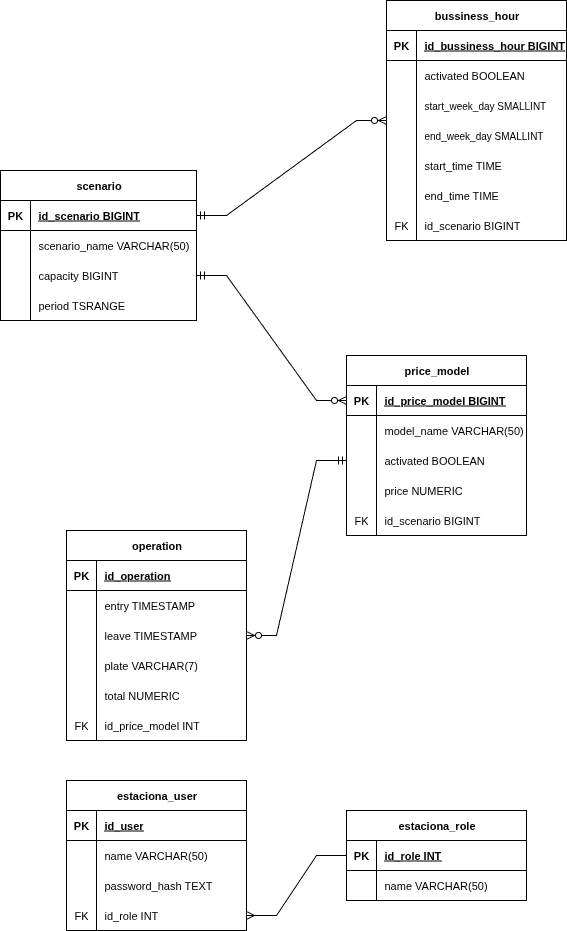
Estaciona-Rapido/docs keeps this draw.io diagram as docs/assets/bd_fisico.png. Above is the earlier version. Source tidied: cells renumbered, new cells last; positions are measured from the earlier drawing's top-left corner, leaving out a move shared by most shapes.
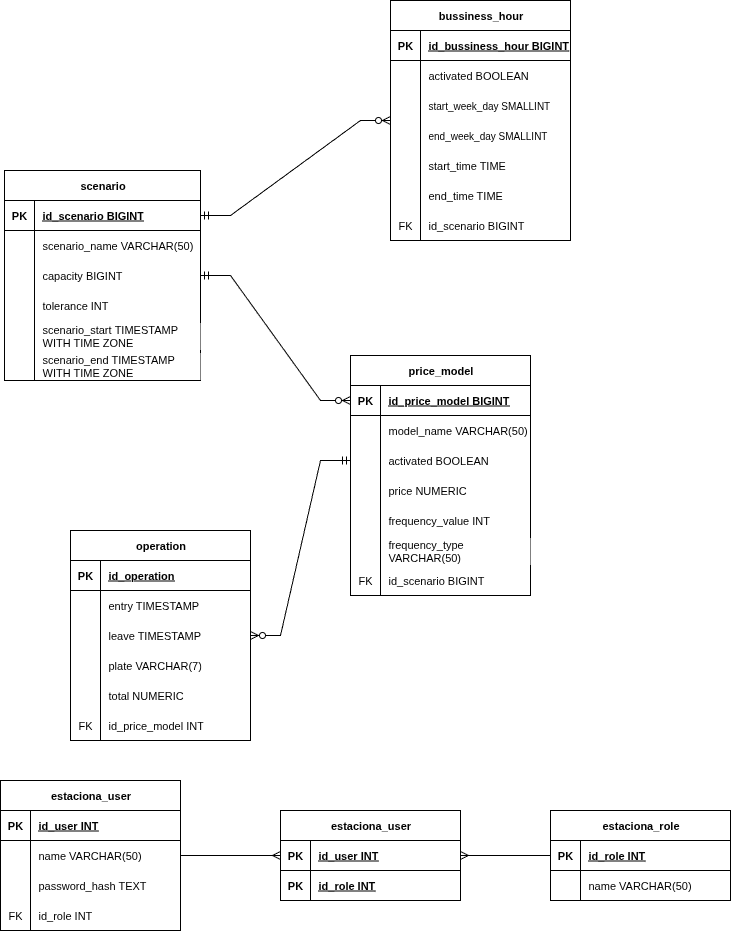
After the change.

Commit message:
Mudança de arquitetura para 3 camadas e modificações no banco de dados

The edit, as a diff of the source:
```diff
@@ -60,7 +60,7 @@
       <mxGeometry x="30" width="150" height="30" as="geometry" />
     </mxCell>
     <mxCell id="21" value="price_model" style="shape=table;startSize=30;rowLines=0;fontStyle=1;align=center;html=1;fontFamily=Helvetica;fontSize=11;fontColor=default;labelBackgroundColor=default;" parent="1" vertex="1">
-      <mxGeometry x="346" y="355" width="180" height="180" as="geometry" />
+      <mxGeometry x="346" y="355" width="180" height="240" as="geometry" />
     </mxCell>
     <mxCell id="22" style="shape=tableRow;horizontal=0;startSize=0;swimlaneHead=0;swimlaneBody=0;fillColor=none;points=[[0,0.5],[1,0.5]];portConstraint=eastwest;top=0;left=0;right=0;bottom=1;fontFamily=Helvetica;fontSize=11;fontColor=default;labelBackgroundColor=default;" parent="21" vertex="1">
       <mxGeometry y="30" width="180" height="30" as="geometry" />
@@ -98,8 +98,26 @@
     <mxCell id="33" value="price NUMERIC" style="shape=partialRectangle;fillColor=none;top=0;left=0;bottom=0;right=0;align=left;spacingLeft=6;overflow=hidden;whiteSpace=wrap;html=1;fontFamily=Helvetica;fontSize=11;fontColor=default;labelBackgroundColor=default;" parent="31" vertex="1">
       <mxGeometry x="30" width="150" height="30" as="geometry" />
     </mxCell>
+    <mxCell id="96" style="shape=tableRow;horizontal=0;startSize=0;swimlaneHead=0;swimlaneBody=0;fillColor=none;top=0;left=0;right=0;bottom=0;fontFamily=Helvetica;fontSize=11;fontColor=default;labelBackgroundColor=default;" parent="21" vertex="1">
+      <mxGeometry y="150" width="180" height="30" as="geometry" />
+    </mxCell>
+    <mxCell id="97" style="shape=partialRectangle;fillColor=none;top=0;left=0;bottom=0;right=0;overflow=hidden;whiteSpace=wrap;html=1;fontFamily=Helvetica;fontSize=11;fontColor=default;labelBackgroundColor=default;" parent="96" vertex="1">
+      <mxGeometry width="30" height="30" as="geometry" />
+    </mxCell>
+    <mxCell id="98" value="frequency_value INT" style="shape=partialRectangle;fillColor=none;top=0;left=0;bottom=0;right=0;align=left;spacingLeft=6;overflow=hidden;whiteSpace=wrap;html=1;fontFamily=Helvetica;fontSize=11;fontColor=default;labelBackgroundColor=default;" parent="96" vertex="1">
+      <mxGeometry x="30" width="150" height="30" as="geometry" />
+    </mxCell>
+    <mxCell id="99" style="shape=tableRow;horizontal=0;startSize=0;swimlaneHead=0;swimlaneBody=0;fillColor=none;top=0;left=0;right=0;bottom=0;fontFamily=Helvetica;fontSize=11;fontColor=default;labelBackgroundColor=default;" parent="21" vertex="1">
+      <mxGeometry y="180" width="180" height="30" as="geometry" />
+    </mxCell>
+    <mxCell id="100" style="shape=partialRectangle;fillColor=none;top=0;left=0;bottom=0;right=0;overflow=hidden;whiteSpace=wrap;html=1;fontFamily=Helvetica;fontSize=11;fontColor=default;labelBackgroundColor=default;" parent="99" vertex="1">
+      <mxGeometry width="30" height="30" as="geometry" />
+    </mxCell>
+    <mxCell id="101" value="frequency_type VARCHAR(50)" style="shape=partialRectangle;fillColor=none;top=0;left=0;bottom=0;right=0;align=left;spacingLeft=6;overflow=hidden;whiteSpace=wrap;html=1;fontFamily=Helvetica;fontSize=11;fontColor=default;labelBackgroundColor=default;" parent="99" vertex="1">
+      <mxGeometry x="30" width="150" height="30" as="geometry" />
+    </mxCell>
     <mxCell id="34" style="shape=tableRow;horizontal=0;startSize=0;swimlaneHead=0;swimlaneBody=0;fillColor=none;top=0;left=0;right=0;bottom=0;fontFamily=Helvetica;fontSize=11;fontColor=default;labelBackgroundColor=default;" parent="21" vertex="1">
-      <mxGeometry y="150" width="180" height="30" as="geometry" />
+      <mxGeometry y="210" width="180" height="30" as="geometry" />
     </mxCell>
     <mxCell id="35" value="FK" style="shape=partialRectangle;fillColor=none;top=0;left=0;bottom=0;right=0;overflow=hidden;whiteSpace=wrap;html=1;fontFamily=Helvetica;fontSize=11;fontColor=default;labelBackgroundColor=default;" parent="34" vertex="1">
       <mxGeometry width="30" height="30" as="geometry" />
@@ -111,7 +129,7 @@
       <mxGeometry relative="1" as="geometry" />
     </mxCell>
     <mxCell id="38" value="scenario" style="shape=table;startSize=30;rowLines=0;fontStyle=1;align=center;html=1;fontFamily=Helvetica;fontSize=11;fontColor=default;labelBackgroundColor=default;" parent="1" vertex="1">
-      <mxGeometry y="170" width="196" height="150" as="geometry" />
+      <mxGeometry y="170" width="196" height="210" as="geometry" />
     </mxCell>
     <mxCell id="39" style="shape=tableRow;horizontal=0;startSize=0;swimlaneHead=0;swimlaneBody=0;fillColor=none;points=[[0,0.5],[1,0.5]];portConstraint=eastwest;top=0;left=0;right=0;bottom=1;fontFamily=Helvetica;fontSize=11;fontColor=default;labelBackgroundColor=default;" parent="38" vertex="1">
       <mxGeometry y="30" width="196" height="30" as="geometry" />
@@ -140,15 +158,33 @@
     <mxCell id="47" value="capacity BIGINT" style="shape=partialRectangle;fillColor=none;top=0;left=0;bottom=0;right=0;align=left;spacingLeft=6;overflow=hidden;whiteSpace=wrap;html=1;fontFamily=Helvetica;fontSize=11;fontColor=default;labelBackgroundColor=default;" parent="45" vertex="1">
       <mxGeometry x="30" width="166" height="30" as="geometry" />
     </mxCell>
+    <mxCell id="102" style="shape=tableRow;horizontal=0;startSize=0;swimlaneHead=0;swimlaneBody=0;fillColor=none;top=0;left=0;right=0;bottom=0;fontFamily=Helvetica;fontSize=11;fontColor=default;labelBackgroundColor=default;" parent="38" vertex="1">
+      <mxGeometry y="120" width="196" height="30" as="geometry" />
+    </mxCell>
+    <mxCell id="103" style="shape=partialRectangle;fillColor=none;top=0;left=0;bottom=0;right=0;overflow=hidden;whiteSpace=wrap;html=1;fontFamily=Helvetica;fontSize=11;fontColor=default;labelBackgroundColor=default;" parent="102" vertex="1">
+      <mxGeometry width="30" height="30" as="geometry" />
+    </mxCell>
+    <mxCell id="104" value="tolerance INT" style="shape=partialRectangle;fillColor=none;top=0;left=0;bottom=0;right=0;align=left;spacingLeft=6;overflow=hidden;whiteSpace=wrap;html=1;fontFamily=Helvetica;fontSize=11;fontColor=default;labelBackgroundColor=default;" parent="102" vertex="1">
+      <mxGeometry x="30" width="166" height="30" as="geometry" />
+    </mxCell>
     <mxCell id="48" style="shape=tableRow;horizontal=0;startSize=0;swimlaneHead=0;swimlaneBody=0;fillColor=none;top=0;left=0;right=0;bottom=0;fontFamily=Helvetica;fontSize=11;fontColor=default;labelBackgroundColor=default;" parent="38" vertex="1">
-      <mxGeometry y="120" width="196" height="30" as="geometry" />
+      <mxGeometry y="150" width="196" height="30" as="geometry" />
     </mxCell>
     <mxCell id="49" style="shape=partialRectangle;fillColor=none;top=0;left=0;bottom=0;right=0;overflow=hidden;whiteSpace=wrap;html=1;fontFamily=Helvetica;fontSize=11;fontColor=default;labelBackgroundColor=default;" parent="48" vertex="1">
       <mxGeometry width="30" height="30" as="geometry" />
     </mxCell>
-    <mxCell id="50" value="period TSRANGE" style="shape=partialRectangle;fillColor=none;top=0;left=0;bottom=0;right=0;align=left;spacingLeft=6;overflow=hidden;whiteSpace=wrap;html=1;fontFamily=Helvetica;fontSize=11;fontColor=default;labelBackgroundColor=default;" parent="48" vertex="1">
+    <mxCell id="50" value="scenario_start&amp;nbsp;TIMESTAMP WITH TIME ZONE" style="shape=partialRectangle;fillColor=none;top=0;left=0;bottom=0;right=0;align=left;spacingLeft=6;overflow=hidden;whiteSpace=wrap;html=1;fontFamily=Helvetica;fontSize=11;fontColor=default;labelBackgroundColor=default;" parent="48" vertex="1">
       <mxGeometry x="30" width="166" height="30" as="geometry" />
     </mxCell>
+    <mxCell id="105" style="shape=tableRow;horizontal=0;startSize=0;swimlaneHead=0;swimlaneBody=0;fillColor=none;top=0;left=0;right=0;bottom=0;fontFamily=Helvetica;fontSize=11;fontColor=default;labelBackgroundColor=default;" parent="38" vertex="1">
+      <mxGeometry y="180" width="196" height="30" as="geometry" />
+    </mxCell>
+    <mxCell id="106" style="shape=partialRectangle;fillColor=none;top=0;left=0;bottom=0;right=0;overflow=hidden;whiteSpace=wrap;html=1;fontFamily=Helvetica;fontSize=11;fontColor=default;labelBackgroundColor=default;" parent="105" vertex="1">
+      <mxGeometry width="30" height="30" as="geometry" />
+    </mxCell>
+    <mxCell id="107" value="scenario_end TIMESTAMP WITH TIME ZONE" style="shape=partialRectangle;fillColor=none;top=0;left=0;bottom=0;right=0;align=left;spacingLeft=6;overflow=hidden;whiteSpace=wrap;html=1;fontFamily=Helvetica;fontSize=11;fontColor=default;labelBackgroundColor=default;" parent="105" vertex="1">
+      <mxGeometry x="30" width="166" height="30" as="geometry" />
+    </mxCell>
     <mxCell id="51" value="bussiness_hour" style="shape=table;startSize=30;rowLines=0;fontStyle=1;align=center;html=1;fontFamily=Helvetica;fontSize=11;fontColor=default;labelBackgroundColor=default;" parent="1" vertex="1">
       <mxGeometry x="386" width="180" height="240" as="geometry" />
     </mxCell>
@@ -222,7 +258,7 @@
       <mxGeometry relative="1" as="geometry" />
     </mxCell>
     <mxCell id="75" value="estaciona_user" style="shape=table;startSize=30;rowLines=0;fontStyle=1;align=center;html=1;fontFamily=Helvetica;fontSize=11;fontColor=default;labelBackgroundColor=default;" parent="1" vertex="1">
-      <mxGeometry x="66" y="780" width="180" height="150" as="geometry" />
+      <mxGeometry x="-4" y="780" width="180" height="150" as="geometry" />
     </mxCell>
     <mxCell id="76" style="shape=tableRow;horizontal=0;startSize=0;swimlaneHead=0;swimlaneBody=0;fillColor=none;top=0;left=0;right=0;bottom=1;fontFamily=Helvetica;fontSize=11;fontColor=default;labelBackgroundColor=default;" parent="75" vertex="1">
       <mxGeometry y="30" width="180" height="30" as="geometry" />
@@ -230,7 +266,7 @@
     <mxCell id="77" value="PK" style="shape=partialRectangle;fillColor=none;top=0;left=0;bottom=0;right=0;fontStyle=1;overflow=hidden;whiteSpace=wrap;html=1;fontFamily=Helvetica;fontSize=11;fontColor=default;labelBackgroundColor=default;" parent="76" vertex="1">
       <mxGeometry width="30" height="30" as="geometry" />
     </mxCell>
-    <mxCell id="78" value="id_user" style="shape=partialRectangle;fillColor=none;top=0;left=0;bottom=0;right=0;align=left;spacingLeft=6;fontStyle=5;overflow=hidden;whiteSpace=wrap;html=1;fontFamily=Helvetica;fontSize=11;fontColor=default;labelBackgroundColor=default;" parent="76" vertex="1">
+    <mxCell id="78" value="id_user INT" style="shape=partialRectangle;fillColor=none;top=0;left=0;bottom=0;right=0;align=left;spacingLeft=6;fontStyle=5;overflow=hidden;whiteSpace=wrap;html=1;fontFamily=Helvetica;fontSize=11;fontColor=default;labelBackgroundColor=default;" parent="76" vertex="1">
       <mxGeometry x="30" width="150" height="30" as="geometry" />
     </mxCell>
     <mxCell id="79" style="shape=tableRow;horizontal=0;startSize=0;swimlaneHead=0;swimlaneBody=0;fillColor=none;top=0;left=0;right=0;bottom=0;fontFamily=Helvetica;fontSize=11;fontColor=default;labelBackgroundColor=default;" parent="75" vertex="1">
@@ -261,7 +297,7 @@
       <mxGeometry x="30" width="150" height="30" as="geometry" />
     </mxCell>
     <mxCell id="88" value="estaciona_role" style="shape=table;startSize=30;rowLines=0;fontStyle=1;align=center;html=1;fontFamily=Helvetica;fontSize=11;fontColor=default;labelBackgroundColor=default;" parent="1" vertex="1">
-      <mxGeometry x="346" y="810" width="180" height="90" as="geometry" />
+      <mxGeometry x="546" y="810" width="180" height="90" as="geometry" />
     </mxCell>
     <mxCell id="89" style="shape=tableRow;horizontal=0;startSize=0;swimlaneHead=0;swimlaneBody=0;fillColor=none;points=[[0,0.5],[1,0.5]];portConstraint=eastwest;top=0;left=0;right=0;bottom=1;fontFamily=Helvetica;fontSize=11;fontColor=default;labelBackgroundColor=default;" parent="88" vertex="1">
       <mxGeometry y="30" width="180" height="30" as="geometry" />
@@ -281,8 +317,41 @@
     <mxCell id="94" value="name VARCHAR(50)" style="shape=partialRectangle;fillColor=none;top=0;left=0;bottom=0;right=0;align=left;spacingLeft=6;overflow=hidden;whiteSpace=wrap;html=1;fontFamily=Helvetica;fontSize=11;fontColor=default;labelBackgroundColor=default;" parent="92" vertex="1">
       <mxGeometry x="30" width="150" height="30" as="geometry" />
     </mxCell>
-    <mxCell id="95" style="edgeStyle=entityRelationEdgeStyle;fontSize=12;html=1;endArrow=ERmany;rounded=0;strokeColor=default;align=center;verticalAlign=middle;fontFamily=Helvetica;fontColor=default;labelBackgroundColor=default;" parent="1" edge="1" source="89" target="85">
-      <mxGeometry relative="1" as="geometry" />
+    <mxCell id="95" style="edgeStyle=entityRelationEdgeStyle;fontSize=12;html=1;endArrow=ERmany;rounded=0;strokeColor=default;align=center;verticalAlign=middle;fontFamily=Helvetica;fontColor=default;labelBackgroundColor=default;" parent="1" edge="1" source="89" target="108">
+      <mxGeometry relative="1" as="geometry">
+        <Array as="points">
+          <mxPoint x="566" y="740" />
+        </Array>
+      </mxGeometry>
     </mxCell>
+    <mxCell id="108" value="estaciona_user" style="shape=table;startSize=30;rowLines=0;fontStyle=1;align=center;html=1;fontFamily=Helvetica;fontSize=11;fontColor=default;labelBackgroundColor=default;" parent="1" vertex="1">
+      <mxGeometry x="276" y="810" width="180" height="90" as="geometry" />
+    </mxCell>
+    <mxCell id="109" style="shape=tableRow;horizontal=0;startSize=0;swimlaneHead=0;swimlaneBody=0;fillColor=none;top=0;left=0;right=0;bottom=1;fontFamily=Helvetica;fontSize=11;fontColor=default;labelBackgroundColor=default;" parent="108" vertex="1">
+      <mxGeometry y="30" width="180" height="30" as="geometry" />
+    </mxCell>
+    <mxCell id="110" value="PK" style="shape=partialRectangle;fillColor=none;top=0;left=0;bottom=0;right=0;fontStyle=1;overflow=hidden;whiteSpace=wrap;html=1;fontFamily=Helvetica;fontSize=11;fontColor=default;labelBackgroundColor=default;" parent="109" vertex="1">
+      <mxGeometry width="30" height="30" as="geometry" />
+    </mxCell>
+    <mxCell id="111" value="id_user INT" style="shape=partialRectangle;fillColor=none;top=0;left=0;bottom=0;right=0;align=left;spacingLeft=6;fontStyle=5;overflow=hidden;whiteSpace=wrap;html=1;fontFamily=Helvetica;fontSize=11;fontColor=default;labelBackgroundColor=default;" parent="109" vertex="1">
+      <mxGeometry x="30" width="150" height="30" as="geometry" />
+    </mxCell>
+    <mxCell id="112" style="shape=tableRow;horizontal=0;startSize=0;swimlaneHead=0;swimlaneBody=0;fillColor=none;top=0;left=0;right=0;bottom=1;fontFamily=Helvetica;fontSize=11;fontColor=default;labelBackgroundColor=default;" parent="108" vertex="1">
+      <mxGeometry y="60" width="180" height="30" as="geometry" />
+    </mxCell>
+    <mxCell id="113" value="PK" style="shape=partialRectangle;fillColor=none;top=0;left=0;bottom=0;right=0;fontStyle=1;overflow=hidden;whiteSpace=wrap;html=1;fontFamily=Helvetica;fontSize=11;fontColor=default;labelBackgroundColor=default;" parent="112" vertex="1">
+      <mxGeometry width="30" height="30" as="geometry" />
+    </mxCell>
+    <mxCell id="114" value="id_role INT" style="shape=partialRectangle;fillColor=none;top=0;left=0;bottom=0;right=0;align=left;spacingLeft=6;fontStyle=5;overflow=hidden;whiteSpace=wrap;html=1;fontFamily=Helvetica;fontSize=11;fontColor=default;labelBackgroundColor=default;" parent="112" vertex="1">
+      <mxGeometry x="30" width="150" height="30" as="geometry" />
+    </mxCell>
+    <mxCell id="115" style="edgeStyle=entityRelationEdgeStyle;fontSize=12;html=1;endArrow=ERmany;rounded=0;strokeColor=default;align=center;verticalAlign=middle;fontFamily=Helvetica;fontColor=default;labelBackgroundColor=default;" parent="1" edge="1" source="75" target="108">
+      <mxGeometry relative="1" as="geometry">
+        <Array as="points">
+          <mxPoint x="606" y="850" />
+          <mxPoint x="126" y="790" />
+        </Array>
+      </mxGeometry>
+    </mxCell>
   </root>
 </mxGraphModel>
```
